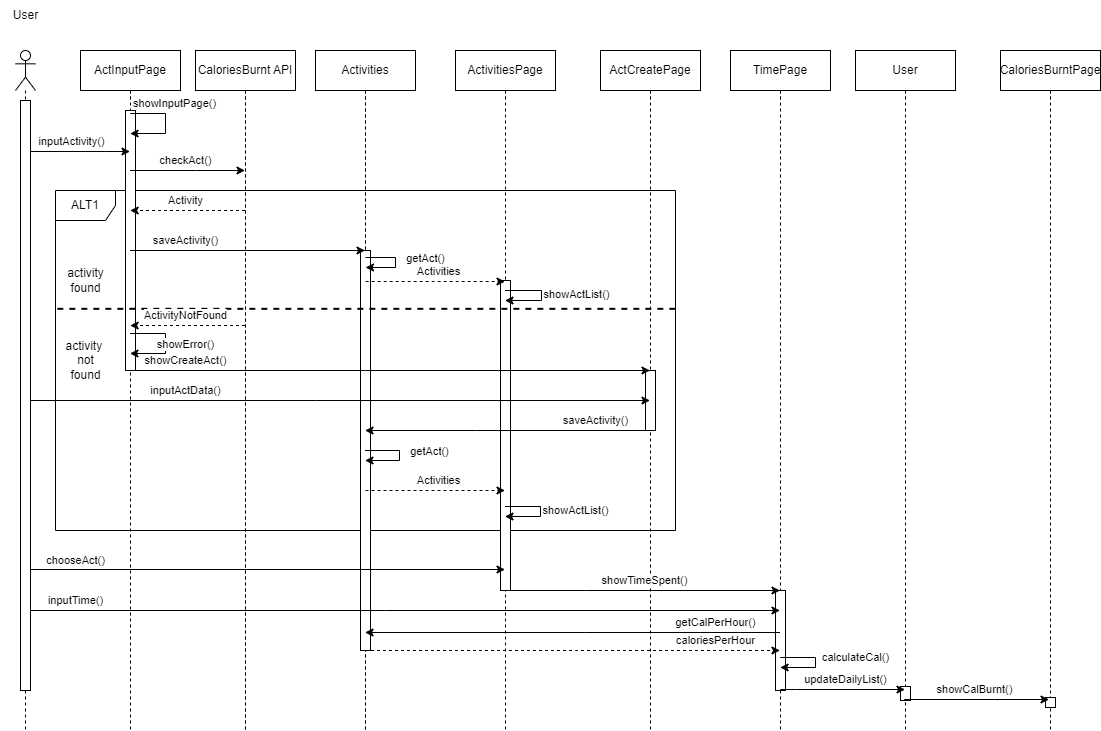
This is ΤΕΛΙΚΟ ΠΑΡΑΔΟΤΕΟ/Sequence-diagrams-v1.0/sd_άθληση_και_υπολογισμός_θερμίδων.drawio.png from Dionkaps/Eu-Zin, a draw.io export, as it was before one commit. Source tidied: cells renumbered, new cells last; positions are measured from the earlier drawing's top-left corner, leaving out a move shared by most shapes.
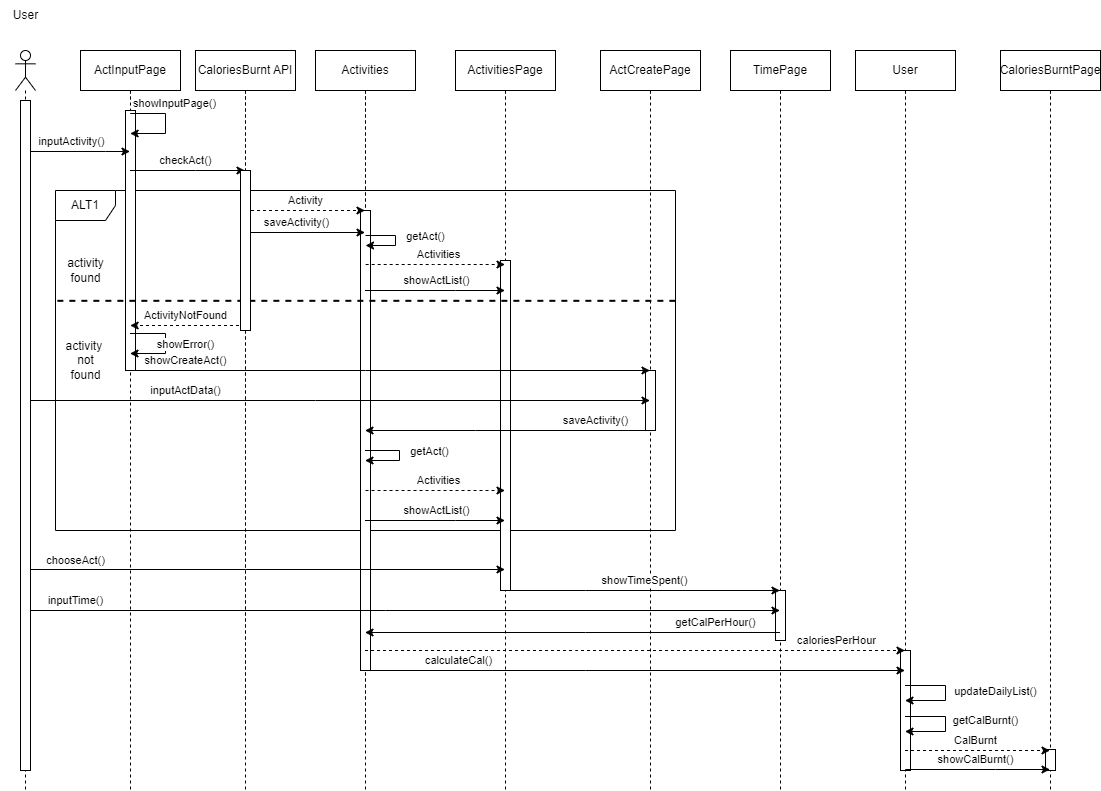
After the commit.

Change to the diagram source:
```diff
@@ -3,7 +3,7 @@
     <mxCell id="0" />
     <mxCell id="1" parent="0" />
     <mxCell id="2" style="shape=umlLifeline;perimeter=lifelinePerimeter;whiteSpace=wrap;html=1;outlineConnect=0;portConstraint=eastwest;newEdgeStyle={&quot;edgeStyle&quot;:&quot;elbowEdgeStyle&quot;,&quot;elbow&quot;:&quot;vertical&quot;,&quot;curved&quot;:0,&quot;rounded&quot;:0};participant=umlBoundary;" parent="1" vertex="1">
-      <mxGeometry x="625" y="50" width="50" height="680" as="geometry" />
+      <mxGeometry x="625" y="50" width="50" height="740" as="geometry" />
     </mxCell>
     <mxCell id="3" style="html=1;perimeter=orthogonalPerimeter;" parent="1" vertex="1">
       <mxGeometry x="645" y="370" width="10" height="60" as="geometry" />
@@ -18,46 +18,46 @@
       <mxGeometry x="225" y="50" width="40" height="680" as="geometry" />
     </mxCell>
     <mxCell id="7" style="shape=umlLifeline;perimeter=lifelinePerimeter;whiteSpace=wrap;html=1;outlineConnect=0;portConstraint=eastwest;newEdgeStyle={&quot;edgeStyle&quot;:&quot;elbowEdgeStyle&quot;,&quot;elbow&quot;:&quot;vertical&quot;,&quot;curved&quot;:0,&quot;rounded&quot;:0};participant=umlActor;" parent="1" vertex="1">
-      <mxGeometry x="15" y="50" width="20" height="680" as="geometry" />
+      <mxGeometry x="15" y="50" width="20" height="740" as="geometry" />
     </mxCell>
     <mxCell id="8" style="shape=umlLifeline;perimeter=lifelinePerimeter;whiteSpace=wrap;html=1;outlineConnect=0;portConstraint=eastwest;newEdgeStyle={&quot;edgeStyle&quot;:&quot;elbowEdgeStyle&quot;,&quot;elbow&quot;:&quot;vertical&quot;,&quot;curved&quot;:0,&quot;rounded&quot;:0};participant=umlBoundary;" parent="1" vertex="1">
-      <mxGeometry x="105" y="50" width="50" height="680" as="geometry" />
+      <mxGeometry x="105" y="50" width="50" height="740" as="geometry" />
     </mxCell>
     <mxCell id="9" style="shape=umlLifeline;perimeter=lifelinePerimeter;whiteSpace=wrap;html=1;outlineConnect=0;portConstraint=eastwest;newEdgeStyle={&quot;edgeStyle&quot;:&quot;elbowEdgeStyle&quot;,&quot;elbow&quot;:&quot;vertical&quot;,&quot;curved&quot;:0,&quot;rounded&quot;:0};participant=umlBoundary;" parent="1" vertex="1">
-      <mxGeometry x="480" y="50" width="50" height="680" as="geometry" />
+      <mxGeometry x="480" y="50" width="50" height="740" as="geometry" />
     </mxCell>
     <mxCell id="10" style="shape=umlLifeline;perimeter=lifelinePerimeter;whiteSpace=wrap;html=1;newEdgeStyle={&quot;edgeStyle&quot;:&quot;elbowEdgeStyle&quot;,&quot;elbow&quot;:&quot;vertical&quot;,&quot;curved&quot;:0,&quot;rounded&quot;:0};participant=umlBoundary;" parent="1" vertex="1">
-      <mxGeometry x="755" y="50" width="50" height="680" as="geometry" />
+      <mxGeometry x="755" y="50" width="50" height="740" as="geometry" />
     </mxCell>
     <mxCell id="11" style="shape=umlLifeline;perimeter=lifelinePerimeter;whiteSpace=wrap;html=1;outlineConnect=0;portConstraint=eastwest;newEdgeStyle={&quot;edgeStyle&quot;:&quot;elbowEdgeStyle&quot;,&quot;elbow&quot;:&quot;vertical&quot;,&quot;curved&quot;:0,&quot;rounded&quot;:0};participant=umlBoundary;" parent="1" vertex="1">
-      <mxGeometry x="1025" y="50" width="50" height="680" as="geometry" />
+      <mxGeometry x="1025" y="50" width="50" height="740" as="geometry" />
     </mxCell>
     <mxCell id="12" style="shape=umlLifeline;perimeter=lifelinePerimeter;whiteSpace=wrap;html=1;outlineConnect=0;portConstraint=eastwest;newEdgeStyle={&quot;edgeStyle&quot;:&quot;elbowEdgeStyle&quot;,&quot;elbow&quot;:&quot;vertical&quot;,&quot;curved&quot;:0,&quot;rounded&quot;:0};participant=umlEntity;" parent="1" vertex="1">
-      <mxGeometry x="885" y="50" width="40" height="680" as="geometry" />
+      <mxGeometry x="885" y="50" width="40" height="740" as="geometry" />
     </mxCell>
     <mxCell id="13" style="shape=umlLifeline;perimeter=lifelinePerimeter;whiteSpace=wrap;html=1;outlineConnect=0;portConstraint=eastwest;newEdgeStyle={&quot;edgeStyle&quot;:&quot;elbowEdgeStyle&quot;,&quot;elbow&quot;:&quot;vertical&quot;,&quot;curved&quot;:0,&quot;rounded&quot;:0};participant=umlEntity;" parent="1" vertex="1">
-      <mxGeometry x="345" y="50" width="40" height="680" as="geometry" />
+      <mxGeometry x="345" y="50" width="40" height="740" as="geometry" />
     </mxCell>
     <mxCell id="14" style="shape=umlLifeline;perimeter=lifelinePerimeter;whiteSpace=wrap;html=1;outlineConnect=0;portConstraint=eastwest;newEdgeStyle={&quot;edgeStyle&quot;:&quot;elbowEdgeStyle&quot;,&quot;elbow&quot;:&quot;vertical&quot;,&quot;curved&quot;:0,&quot;rounded&quot;:0};participant=umlEntity;" parent="1" vertex="1">
-      <mxGeometry x="225" y="50" width="40" height="680" as="geometry" />
+      <mxGeometry x="225" y="50" width="40" height="740" as="geometry" />
     </mxCell>
     <mxCell id="15" style="html=1;perimeter=orthogonalPerimeter;" parent="1" vertex="1">
       <mxGeometry x="125" y="110" width="10" height="260" as="geometry" />
     </mxCell>
     <mxCell id="16" style="html=1;perimeter=orthogonalPerimeter;" parent="1" vertex="1">
-      <mxGeometry x="360" y="250" width="10" height="400" as="geometry" />
+      <mxGeometry x="360" y="210" width="10" height="460" as="geometry" />
     </mxCell>
     <mxCell id="17" style="html=1;perimeter=orthogonalPerimeter;" parent="1" vertex="1">
-      <mxGeometry x="500" y="280" width="10" height="310" as="geometry" />
+      <mxGeometry x="500" y="260" width="10" height="330" as="geometry" />
     </mxCell>
     <mxCell id="18" style="html=1;perimeter=orthogonalPerimeter;" parent="1" vertex="1">
-      <mxGeometry x="775" y="590" width="10" height="100" as="geometry" />
+      <mxGeometry x="775" y="590" width="10" height="50" as="geometry" />
     </mxCell>
     <mxCell id="19" style="html=1;perimeter=orthogonalPerimeter;" parent="1" vertex="1">
-      <mxGeometry x="900" y="686" width="10" height="14" as="geometry" />
+      <mxGeometry x="900" y="650" width="10" height="120" as="geometry" />
     </mxCell>
     <mxCell id="20" style="html=1;perimeter=orthogonalPerimeter;" parent="1" vertex="1">
-      <mxGeometry x="1045" y="697" width="10" height="10" as="geometry" />
+      <mxGeometry x="1045" y="749" width="10" height="21" as="geometry" />
     </mxCell>
     <mxCell id="21" value="showInputPage()" style="endArrow=classic;html=1;rounded=0;" parent="1" edge="1">
       <mxGeometry x="-0.28" y="14" relative="1" as="geometry">
@@ -79,19 +79,21 @@
         </Array>
       </mxGeometry>
     </mxCell>
-    <mxCell id="23" value="saveActivity()" style="endArrow=classic;html=1;rounded=0;" parent="1" edge="1" source="8" target="5">
-      <mxGeometry x="-0.53" y="10" relative="1" as="geometry">
+    <mxCell id="23" value="saveActivity()" style="endArrow=classic;html=1;rounded=0;" parent="1" edge="1">
+      <mxGeometry x="-0.16" y="10" relative="1" as="geometry">
+        <mxPoint x="244.5" y="232" as="sourcePoint" />
+        <mxPoint x="364.5" y="232" as="targetPoint" />
         <Array as="points">
-          <mxPoint x="245" y="250" />
+          <mxPoint x="245" y="232" />
         </Array>
       </mxGeometry>
     </mxCell>
     <mxCell id="24" value="Activities" style="endArrow=classic;html=1;rounded=0;dashed=1;" parent="1" edge="1">
       <mxGeometry x="0.05" y="10" relative="1" as="geometry">
-        <mxPoint x="365.2" y="281" as="sourcePoint" />
-        <mxPoint x="504.5" y="281" as="targetPoint" />
+        <mxPoint x="365.2" y="264" as="sourcePoint" />
+        <mxPoint x="504.5" y="264" as="targetPoint" />
         <Array as="points">
-          <mxPoint x="433" y="281" />
+          <mxPoint x="433" y="264" />
         </Array>
       </mxGeometry>
     </mxCell>
@@ -136,7 +138,7 @@
       </mxGeometry>
     </mxCell>
     <mxCell id="30" value="activity&lt;br&gt;found" style="text;html=1;align=center;verticalAlign=middle;strokeColor=none;fillColor=none;" parent="1" vertex="1">
-      <mxGeometry x="55" y="260" width="60" height="40" as="geometry" />
+      <mxGeometry x="55" y="250" width="60" height="40" as="geometry" />
     </mxCell>
     <mxCell id="31" value="activity&amp;nbsp;&lt;br&gt;not&lt;br&gt;found" style="text;html=1;align=center;verticalAlign=middle;strokeColor=none;fillColor=none;" parent="1" vertex="1">
       <mxGeometry x="55" y="330" width="60" height="60" as="geometry" />
@@ -160,25 +162,14 @@
         </Array>
       </mxGeometry>
     </mxCell>
-    <mxCell id="34" value="calculateCal()" style="endArrow=classic;html=1;rounded=0;" parent="1" edge="1">
-      <mxGeometry x="-0.12" y="40" relative="1" as="geometry">
-        <mxPoint x="779.7" y="657" as="sourcePoint" />
-        <mxPoint x="779.7" y="667" as="targetPoint" />
+    <mxCell id="34" value="calculateCal()" style="endArrow=classic;html=1;rounded=0;" parent="1" edge="1" source="13" target="12">
+      <mxGeometry x="-0.66" y="10" relative="1" as="geometry">
         <Array as="points">
-          <mxPoint x="815" y="657" />
-          <mxPoint x="815" y="667" />
+          <mxPoint x="585" y="670" />
         </Array>
+        <mxPoint x="1" as="offset" />
       </mxGeometry>
     </mxCell>
-    <mxCell id="35" value="updateDailyList()" style="endArrow=classic;html=1;rounded=0;" parent="1" edge="1">
-      <mxGeometry x="0.04" y="10" relative="1" as="geometry">
-        <mxPoint x="779.7" y="689" as="sourcePoint" />
-        <mxPoint x="904.5" y="689" as="targetPoint" />
-        <Array as="points">
-          <mxPoint x="795" y="689" />
-        </Array>
-      </mxGeometry>
-    </mxCell>
     <mxCell id="36" value="chooseAct()" style="endArrow=classic;html=1;rounded=0;" parent="1" edge="1">
       <mxGeometry x="-0.79" y="9" relative="1" as="geometry">
         <mxPoint x="25" y="569" as="sourcePoint" />
@@ -193,11 +184,11 @@
     </mxCell>
     <mxCell id="38" value="getAct()" style="endArrow=classic;html=1;rounded=0;" parent="1" edge="1">
       <mxGeometry x="-0.11" y="30" relative="1" as="geometry">
-        <mxPoint x="365" y="257" as="sourcePoint" />
-        <mxPoint x="365" y="267" as="targetPoint" />
+        <mxPoint x="365" y="235" as="sourcePoint" />
+        <mxPoint x="365" y="245" as="targetPoint" />
         <Array as="points">
-          <mxPoint x="395" y="257" />
-          <mxPoint x="395" y="267" />
+          <mxPoint x="395" y="235" />
+          <mxPoint x="395" y="245" />
         </Array>
       </mxGeometry>
     </mxCell>
@@ -209,28 +200,30 @@
         </Array>
       </mxGeometry>
     </mxCell>
-    <mxCell id="40" value="showActList()" style="endArrow=classic;html=1;rounded=0;" parent="1" edge="1" source="9" target="9">
-      <mxGeometry x="-0.03" y="35" relative="1" as="geometry">
+    <mxCell id="40" value="showActList()" style="endArrow=classic;html=1;rounded=0;" parent="1" edge="1">
+      <mxGeometry x="0.01" y="10" relative="1" as="geometry">
+        <mxPoint x="364.5" y="520" as="sourcePoint" />
+        <mxPoint x="504.5" y="520" as="targetPoint" />
         <Array as="points">
-          <mxPoint x="540" y="506" />
-          <mxPoint x="540" y="516" />
+          <mxPoint x="455" y="520" />
         </Array>
+        <mxPoint x="1" as="offset" />
       </mxGeometry>
     </mxCell>
-    <mxCell id="41" value="showActList()" style="endArrow=classic;html=1;rounded=0;" parent="1" edge="1" source="9" target="9">
-      <mxGeometry x="-0.03" y="35" relative="1" as="geometry">
+    <mxCell id="41" value="showActList()" style="endArrow=classic;html=1;rounded=0;" parent="1" edge="1" source="13" target="9">
+      <mxGeometry x="0.01" y="10" relative="1" as="geometry">
         <Array as="points">
-          <mxPoint x="541" y="290" />
-          <mxPoint x="541" y="300" />
+          <mxPoint x="455" y="290" />
         </Array>
+        <mxPoint x="1" as="offset" />
       </mxGeometry>
     </mxCell>
     <mxCell id="42" value="showCalBurnt()" style="endArrow=classic;html=1;rounded=0;" parent="1" edge="1">
       <mxGeometry x="-0.03" y="10" relative="1" as="geometry">
-        <mxPoint x="903.7" y="699" as="sourcePoint" />
-        <mxPoint x="1048.5" y="699" as="targetPoint" />
+        <mxPoint x="904.8" y="769" as="sourcePoint" />
+        <mxPoint x="1049.5" y="769" as="targetPoint" />
         <Array as="points">
-          <mxPoint x="994" y="699" />
+          <mxPoint x="995" y="769" />
         </Array>
       </mxGeometry>
     </mxCell>
@@ -259,10 +252,13 @@
       <mxGeometry x="1000" y="50" width="100" height="50" as="geometry" />
     </mxCell>
     <mxCell id="51" style="html=1;perimeter=orthogonalPerimeter;" parent="1" vertex="1">
-      <mxGeometry x="20" y="100" width="10" height="590" as="geometry" />
+      <mxGeometry x="20" y="100" width="10" height="670" as="geometry" />
     </mxCell>
-    <mxCell id="52" style="endArrow=none;dashed=1;html=1;rounded=0;exitX=0.003;exitY=0.348;exitDx=0;exitDy=0;exitPerimeter=0;entryX=1.003;entryY=0.348;entryDx=0;entryDy=0;entryPerimeter=0;strokeWidth=2;" parent="1" edge="1" source="4" target="4">
-      <mxGeometry relative="1" as="geometry" />
+    <mxCell id="52" style="endArrow=none;dashed=1;html=1;rounded=0;exitX=0.003;exitY=0.348;exitDx=0;exitDy=0;exitPerimeter=0;entryX=1.003;entryY=0.348;entryDx=0;entryDy=0;entryPerimeter=0;strokeWidth=2;" parent="1" edge="1">
+      <mxGeometry relative="1" as="geometry">
+        <mxPoint x="56.9" y="300.3" as="sourcePoint" />
+        <mxPoint x="676.9" y="300.3" as="targetPoint" />
+      </mxGeometry>
     </mxCell>
     <mxCell id="53" value="checkAct()" style="endArrow=classic;html=1;rounded=0;" parent="1" edge="1" source="8" target="14">
       <mxGeometry x="-0.04" y="10" relative="1" as="geometry">
@@ -271,12 +267,11 @@
         </Array>
       </mxGeometry>
     </mxCell>
-    <mxCell id="54" value="Activity" style="endArrow=classic;html=1;rounded=0;dashed=1;" parent="1" edge="1">
-      <mxGeometry x="0.04" y="-10" relative="1" as="geometry">
+    <mxCell id="54" value="Activity" style="endArrow=classic;html=1;rounded=0;dashed=1;" parent="1" edge="1" target="13">
+      <mxGeometry x="0.01" y="10" relative="1" as="geometry">
         <mxPoint x="244.5" y="210" as="sourcePoint" />
-        <mxPoint x="129.7" y="210" as="targetPoint" />
         <Array as="points">
-          <mxPoint x="205" y="210" />
+          <mxPoint x="285" y="210" />
         </Array>
       </mxGeometry>
     </mxCell>
@@ -298,14 +293,40 @@
         </Array>
       </mxGeometry>
     </mxCell>
-    <mxCell id="57" value="caloriesPerHour" style="endArrow=classic;html=1;rounded=0;dashed=1;" parent="1" edge="1">
-      <mxGeometry x="0.69" y="10" relative="1" as="geometry">
+    <mxCell id="57" value="caloriesPerHour" style="endArrow=classic;html=1;rounded=0;dashed=1;" parent="1" edge="1" target="12">
+      <mxGeometry x="0.74" y="10" relative="1" as="geometry">
         <mxPoint x="364.5" y="650" as="sourcePoint" />
-        <mxPoint x="779.5" y="650" as="targetPoint" />
         <Array as="points">
           <mxPoint x="575" y="650" />
         </Array>
       </mxGeometry>
     </mxCell>
+    <mxCell id="58" style="html=1;perimeter=orthogonalPerimeter;" parent="1" vertex="1">
+      <mxGeometry x="240" y="170" width="10" height="160" as="geometry" />
+    </mxCell>
+    <mxCell id="35" value="updateDailyList()" style="endArrow=classic;html=1;rounded=0;" parent="1" edge="1" target="12">
+      <mxGeometry x="-0.05" y="50" relative="1" as="geometry">
+        <mxPoint x="904.5" y="685" as="sourcePoint" />
+        <Array as="points">
+          <mxPoint x="945" y="685" />
+          <mxPoint x="945" y="700" />
+        </Array>
+      </mxGeometry>
+    </mxCell>
+    <mxCell id="59" value="getCalBurnt()" style="endArrow=classic;html=1;rounded=0;" parent="1" edge="1" source="12" target="12">
+      <mxGeometry x="-0.07" y="40" relative="1" as="geometry">
+        <Array as="points">
+          <mxPoint x="945" y="716" />
+          <mxPoint x="945" y="731" />
+        </Array>
+      </mxGeometry>
+    </mxCell>
+    <mxCell id="60" value="CalBurnt" style="endArrow=classic;html=1;rounded=0;dashed=1;" parent="1" edge="1" source="12" target="11">
+      <mxGeometry x="-0.03" y="10" relative="1" as="geometry">
+        <Array as="points">
+          <mxPoint x="975" y="750" />
+        </Array>
+      </mxGeometry>
+    </mxCell>
   </root>
 </mxGraphModel>
```
